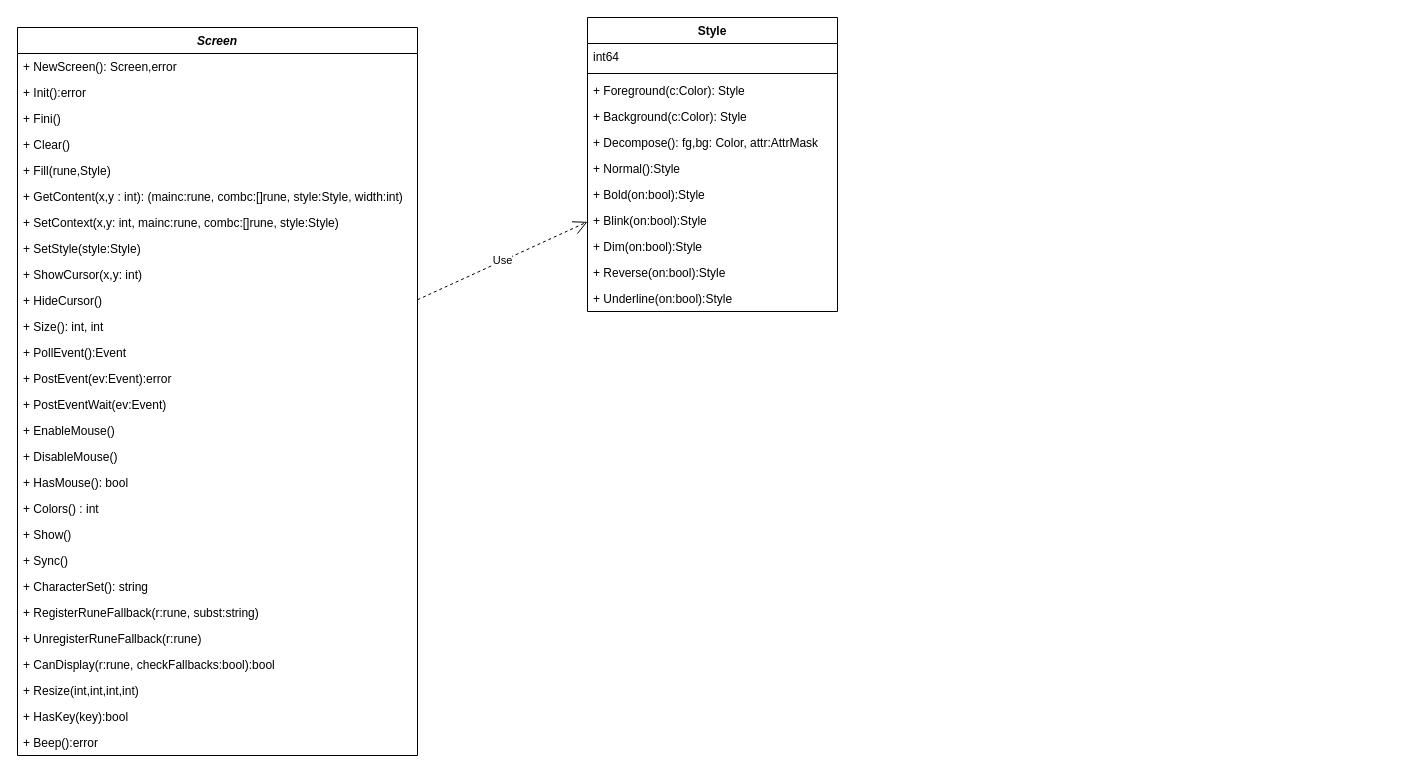
Before: 15.puzzle/tcell.drawio in 63isOK/conference_graph, a draw.io diagram. Source tidied: cells renumbered, new cells numbered last; positions are measured from the earlier drawing's top-left corner, leaving out a move shared by most shapes. Both pictures are drawn from the tidied source at 100%, with x=0, y=0 at pixel (17, 17).
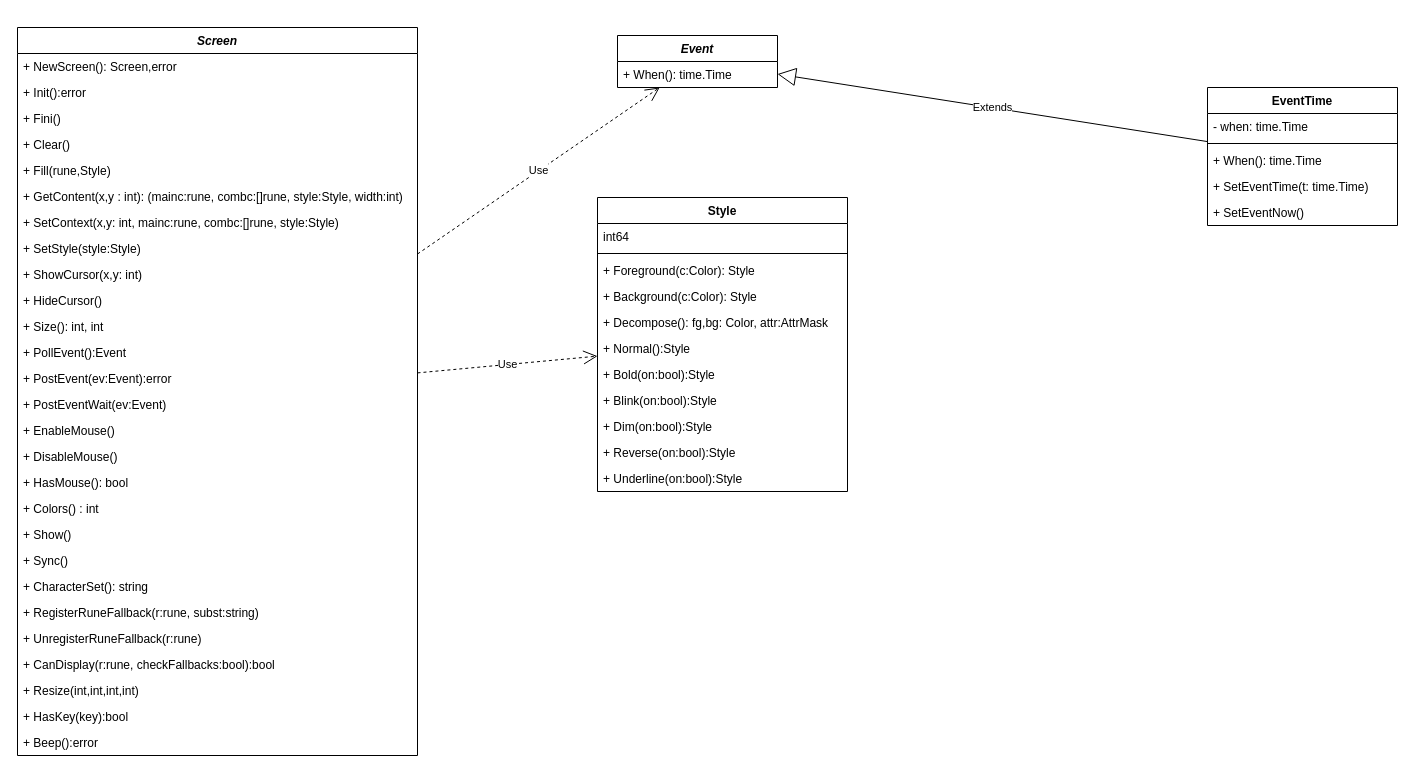
Above is the later version.

The change refers to these unchanged cells:
```xml
<mxCell id="2" value="Screen" style="swimlane;fontStyle=3;align=center;verticalAlign=top;horizontal=1;startSize=26;" parent="1" vertex="1">
  <mxGeometry y="10" width="400" height="728" as="geometry" />
</mxCell>
```

What changed in the source:
```diff
@@
     <mxCell id="30" value="Style" style="swimlane;fontStyle=1;align=center;verticalAlign=top;horizontal=1;startSize=26;" parent="1" vertex="1">
-      <mxGeometry x="570" width="250" height="294" as="geometry" />
+      <mxGeometry x="580" y="180" width="250" height="294" as="geometry" />
     </mxCell>
@@
+    <mxCell id="43" value="Event" style="swimlane;fontStyle=3;align=center;verticalAlign=top;horizontal=1;startSize=26;" parent="1" vertex="1">
+      <mxGeometry x="600" y="18" width="160" height="52" as="geometry" />
+    </mxCell>
+    <mxCell id="44" value="+ When(): time.Time" style="text;strokeColor=none;fillColor=none;align=left;verticalAlign=top;spacingLeft=4;spacingRight=4;overflow=hidden;" parent="43" vertex="1">
+      <mxGeometry y="26" width="160" height="26" as="geometry" />
+    </mxCell>
+    <mxCell id="45" value="EventTime" style="swimlane;fontStyle=1;align=center;verticalAlign=top;horizontal=1;startSize=26;" parent="1" vertex="1">
+      <mxGeometry x="1190" y="70" width="190" height="138" as="geometry" />
+    </mxCell>
+    <mxCell id="46" value="- when: time.Time" style="text;strokeColor=none;fillColor=none;align=left;verticalAlign=top;spacingLeft=4;spacingRight=4;overflow=hidden;" parent="45" vertex="1">
+      <mxGeometry y="26" width="190" height="26" as="geometry" />
+    </mxCell>
+    <mxCell id="47" style="line;strokeWidth=1;fillColor=none;align=left;verticalAlign=middle;spacingTop=-1;spacingLeft=3;spacingRight=3;labelPosition=right;" parent="45" vertex="1">
+      <mxGeometry y="52" width="190" height="8" as="geometry" />
+    </mxCell>
+    <mxCell id="48" value="+ When(): time.Time" style="text;strokeColor=none;fillColor=none;align=left;verticalAlign=top;spacingLeft=4;spacingRight=4;overflow=hidden;" parent="45" vertex="1">
+      <mxGeometry y="60" width="190" height="26" as="geometry" />
+    </mxCell>
+    <mxCell id="49" value="+ SetEventTime(t: time.Time)" style="text;strokeColor=none;fillColor=none;align=left;verticalAlign=top;spacingLeft=4;spacingRight=4;overflow=hidden;" parent="45" vertex="1">
+      <mxGeometry y="86" width="190" height="26" as="geometry" />
+    </mxCell>
+    <mxCell id="50" value="+ SetEventNow()" style="text;strokeColor=none;fillColor=none;align=left;verticalAlign=top;spacingLeft=4;spacingRight=4;overflow=hidden;" parent="45" vertex="1">
+      <mxGeometry y="112" width="190" height="26" as="geometry" />
+    </mxCell>
+    <mxCell id="51" value="Extends" style="endArrow=block;endSize=16;endFill=0;html=1;" parent="1" edge="1" source="45" target="43">
+      <mxGeometry relative="1" as="geometry" />
+    </mxCell>
+    <mxCell id="52" value="Use" style="endArrow=open;endSize=12;dashed=1;html=1;" parent="1" edge="1" source="2" target="43">
+      <mxGeometry relative="1" as="geometry" />
+    </mxCell>
```
